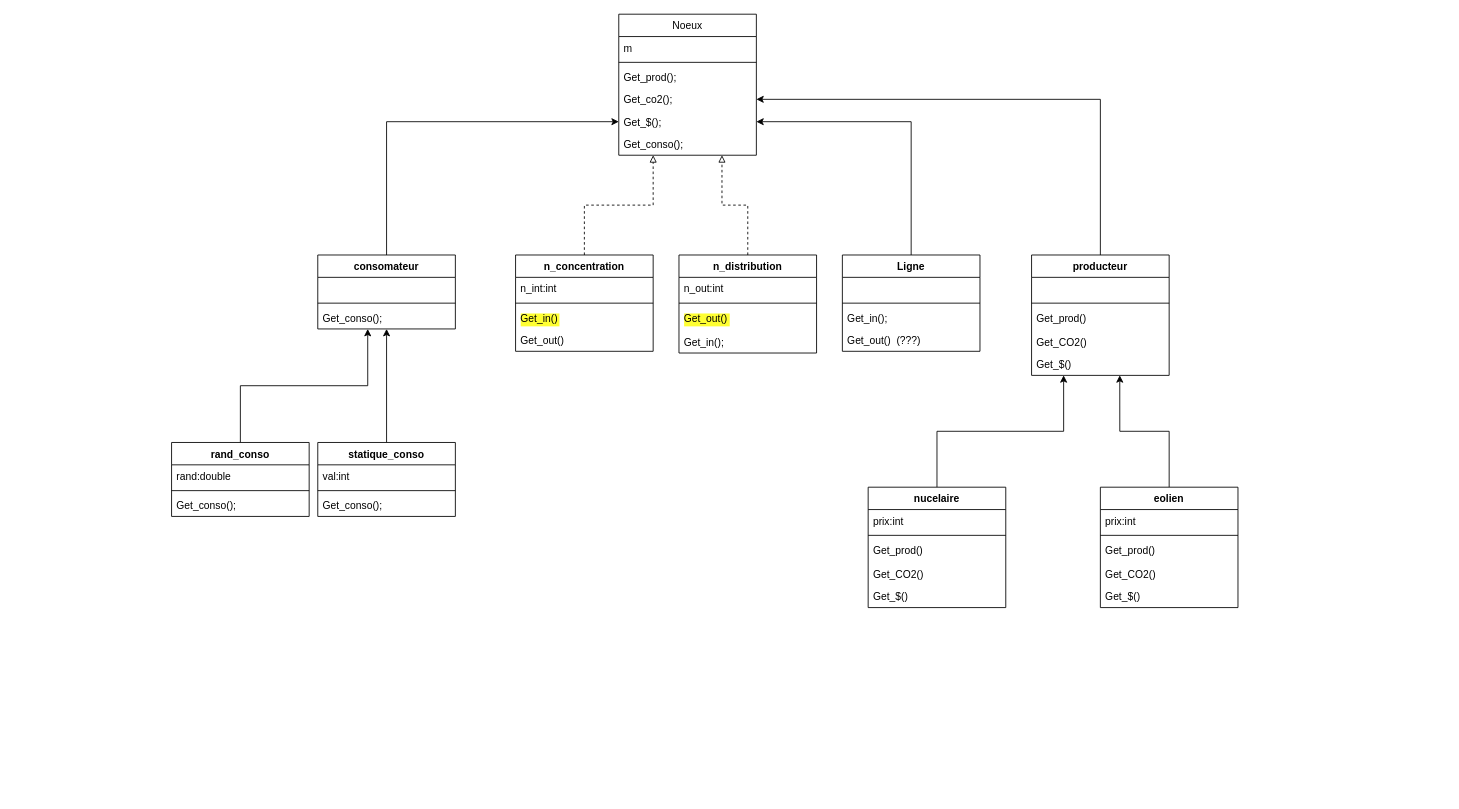
Above: page "seb" (2 of 3) of Rapport/design_paterne_exo.drawio in 20325-ecam/Projet_concept_informatique (draw.io), before the change. Source tidied: cells renumbered, new cells numbered last; positions are measured from the earlier drawing's top-left corner, leaving out a move shared by most shapes. Both pictures are drawn from the tidied source at 86%, with x=0, y=0 at pixel (171, 14).
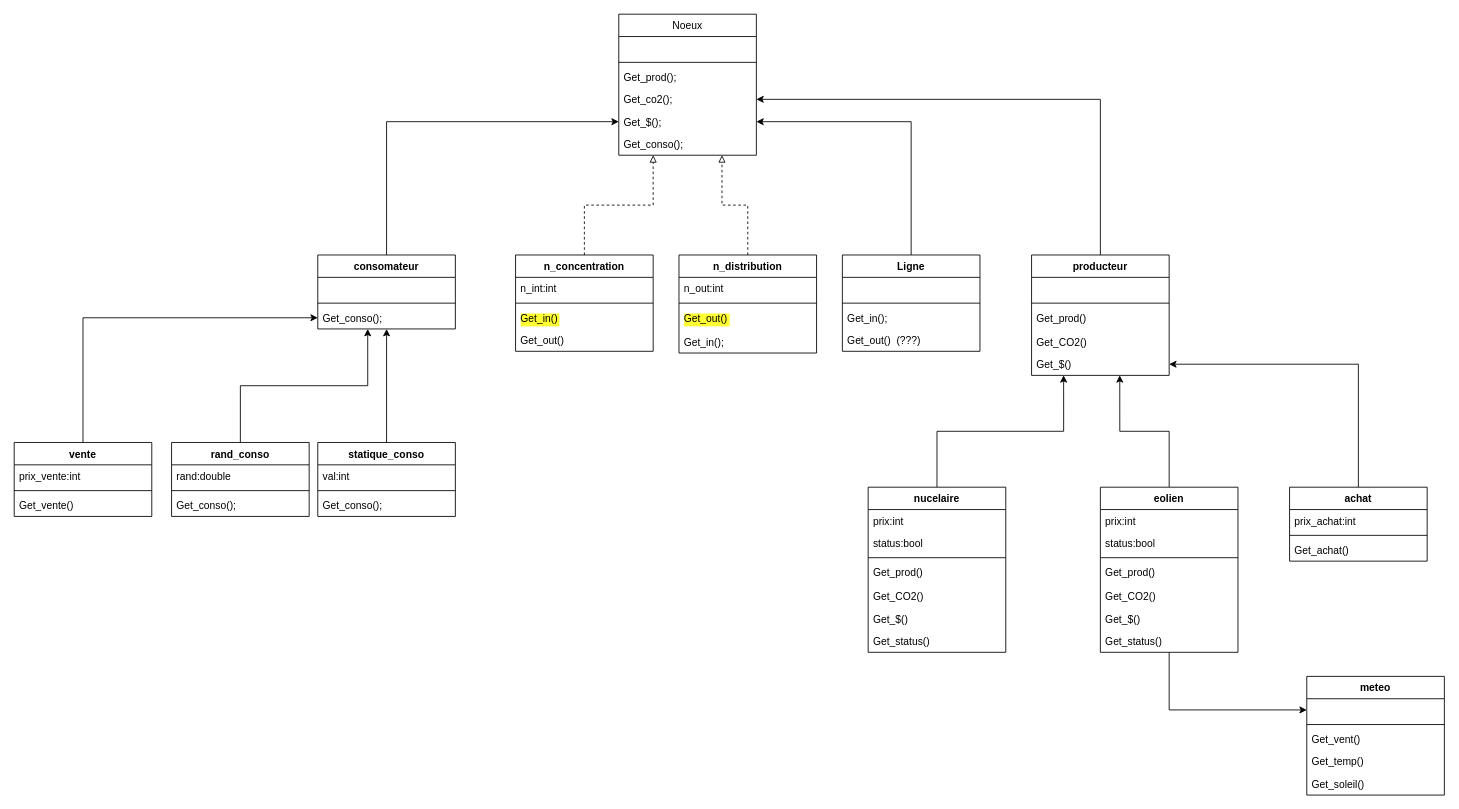
The same page after the edit.

The change refers to these unchanged cells:
```xml
<mxCell id="14" value="Noeux" style="swimlane;fontStyle=0;align=center;verticalAlign=top;horizontal=1;startSize=26;rounded=0;shadow=0;strokeWidth=1;" parent="1" vertex="1">
  <mxGeometry x="520" width="160" height="164" as="geometry" />
</mxCell>
<mxCell id="27" value="Get_$()" style="text;strokeColor=none;fillColor=none;align=left;verticalAlign=top;spacingLeft=4;spacingRight=4;overflow=hidden;points=[[0,0.5],[1,0.5]];portConstraint=eastwest;" parent="22" vertex="1">
  <mxGeometry y="114" width="160" height="26" as="geometry" />
</mxCell>
<mxCell id="39" value="Get_conso();" style="text;strokeColor=none;fillColor=none;align=left;verticalAlign=top;spacingLeft=4;spacingRight=4;overflow=hidden;points=[[0,0.5],[1,0.5]];portConstraint=eastwest;" parent="36" vertex="1">
  <mxGeometry y="60" width="160" height="26" as="geometry" />
</mxCell>
```

Change to the diagram source:
```diff
@@
-    <mxCell id="15" value="m" style="text;align=left;verticalAlign=top;spacingLeft=4;spacingRight=4;overflow=hidden;" parent="14" vertex="1">
+    <mxCell id="15" value=" " style="text;align=left;verticalAlign=top;spacingLeft=4;spacingRight=4;overflow=hidden;" parent="14" vertex="1">
       <mxGeometry y="26" width="160" height="26" as="geometry" />
     </mxCell>
@@
     <mxCell id="50" value="nucelaire&#10;" style="swimlane;fontStyle=1;align=center;verticalAlign=top;horizontal=1;startSize=26;" parent="1" vertex="1">
-      <mxGeometry x="810" y="550" width="160" height="140" as="geometry" />
+      <mxGeometry x="810" y="550" width="160" height="192" as="geometry" />
     </mxCell>
@@
+    <mxCell id="63" value="status:bool" style="text;strokeColor=none;fillColor=none;align=left;verticalAlign=top;spacingLeft=4;spacingRight=4;overflow=hidden;" parent="50" vertex="1">
+      <mxGeometry y="52" width="160" height="26" as="geometry" />
+    </mxCell>
     <mxCell id="52" style="line;strokeWidth=1;fillColor=none;align=left;verticalAlign=middle;spacingTop=-1;spacingLeft=3;spacingRight=3;labelPosition=right;" parent="50" vertex="1">
-      <mxGeometry y="52" width="160" height="8" as="geometry" />
+      <mxGeometry y="78" width="160" height="8" as="geometry" />
     </mxCell>
     <mxCell id="53" value="Get_prod()" style="text;strokeColor=none;fillColor=none;align=left;verticalAlign=top;spacingLeft=4;spacingRight=4;overflow=hidden;" parent="50" vertex="1">
-      <mxGeometry y="60" width="160" height="28" as="geometry" />
+      <mxGeometry y="86" width="160" height="28" as="geometry" />
     </mxCell>
     <mxCell id="54" value="Get_CO2()" style="text;strokeColor=none;fillColor=none;align=left;verticalAlign=top;spacingLeft=4;spacingRight=4;overflow=hidden;" parent="50" vertex="1">
-      <mxGeometry y="88" width="160" height="26" as="geometry" />
+      <mxGeometry y="114" width="160" height="26" as="geometry" />
     </mxCell>
+    <mxCell id="64" value="Get_$()" style="text;strokeColor=none;fillColor=none;align=left;verticalAlign=top;spacingLeft=4;spacingRight=4;overflow=hidden;" parent="50" vertex="1">
+      <mxGeometry y="140" width="160" height="26" as="geometry" />
+    </mxCell>
-    <mxCell id="55" value="Get_$()" style="text;strokeColor=none;fillColor=none;align=left;verticalAlign=top;spacingLeft=4;spacingRight=4;overflow=hidden;" parent="50" vertex="1">
-      <mxGeometry y="114" width="160" height="26" as="geometry" />
+    <mxCell id="55" value="Get_status()" style="text;strokeColor=none;fillColor=none;align=left;verticalAlign=top;spacingLeft=4;spacingRight=4;overflow=hidden;" parent="50" vertex="1">
+      <mxGeometry y="166" width="160" height="26" as="geometry" />
     </mxCell>
@@
+    <mxCell id="65" style="edgeStyle=orthogonalEdgeStyle;rounded=0;jettySize=auto;html=1;startArrow=none;startFill=0;endArrow=classic;endFill=1;" parent="1" edge="1" source="57" target="69">
+      <mxGeometry relative="1" as="geometry" />
+    </mxCell>
     <mxCell id="57" value="eolien" style="swimlane;fontStyle=1;align=center;verticalAlign=top;horizontal=1;startSize=26;" parent="1" vertex="1">
-      <mxGeometry x="1080" y="550" width="160" height="140" as="geometry" />
+      <mxGeometry x="1080" y="550" width="160" height="192" as="geometry" />
     </mxCell>
@@
+    <mxCell id="66" value="status:bool" style="text;strokeColor=none;fillColor=none;align=left;verticalAlign=top;spacingLeft=4;spacingRight=4;overflow=hidden;" parent="57" vertex="1">
+      <mxGeometry y="52" width="160" height="26" as="geometry" />
+    </mxCell>
     <mxCell id="59" style="line;strokeWidth=1;fillColor=none;align=left;verticalAlign=middle;spacingTop=-1;spacingLeft=3;spacingRight=3;labelPosition=right;" parent="57" vertex="1">
-      <mxGeometry y="52" width="160" height="8" as="geometry" />
+      <mxGeometry y="78" width="160" height="8" as="geometry" />
     </mxCell>
     <mxCell id="60" value="Get_prod()" style="text;strokeColor=none;fillColor=none;align=left;verticalAlign=top;spacingLeft=4;spacingRight=4;overflow=hidden;" parent="57" vertex="1">
-      <mxGeometry y="60" width="160" height="28" as="geometry" />
+      <mxGeometry y="86" width="160" height="28" as="geometry" />
     </mxCell>
     <mxCell id="61" value="Get_CO2()" style="text;strokeColor=none;fillColor=none;align=left;verticalAlign=top;spacingLeft=4;spacingRight=4;overflow=hidden;" parent="57" vertex="1">
-      <mxGeometry y="88" width="160" height="26" as="geometry" />
+      <mxGeometry y="114" width="160" height="26" as="geometry" />
     </mxCell>
     <mxCell id="62" value="Get_$()" style="text;strokeColor=none;fillColor=none;align=left;verticalAlign=top;spacingLeft=4;spacingRight=4;overflow=hidden;" parent="57" vertex="1">
-      <mxGeometry y="114" width="160" height="26" as="geometry" />
+      <mxGeometry y="140" width="160" height="26" as="geometry" />
     </mxCell>
+    <mxCell id="67" value="Get_status()" style="text;strokeColor=none;fillColor=none;align=left;verticalAlign=top;spacingLeft=4;spacingRight=4;overflow=hidden;" parent="57" vertex="1">
+      <mxGeometry y="166" width="160" height="26" as="geometry" />
+    </mxCell>
+    <mxCell id="68" value="meteo" style="swimlane;fontStyle=1;align=center;verticalAlign=top;horizontal=1;startSize=26;" parent="1" vertex="1">
+      <mxGeometry x="1320" y="770" width="160" height="138" as="geometry" />
+    </mxCell>
+    <mxCell id="69" value=" " style="text;strokeColor=none;fillColor=none;align=left;verticalAlign=top;spacingLeft=4;spacingRight=4;overflow=hidden;points=[[0,0.5],[1,0.5]];portConstraint=eastwest;" parent="68" vertex="1">
+      <mxGeometry y="26" width="160" height="26" as="geometry" />
+    </mxCell>
+    <mxCell id="70" style="line;strokeWidth=1;fillColor=none;align=left;verticalAlign=middle;spacingTop=-1;spacingLeft=3;spacingRight=3;labelPosition=right;" parent="68" vertex="1">
+      <mxGeometry y="52" width="160" height="8" as="geometry" />
+    </mxCell>
+    <mxCell id="71" value="Get_vent()" style="text;strokeColor=none;fillColor=none;align=left;verticalAlign=top;spacingLeft=4;spacingRight=4;overflow=hidden;labelBackgroundColor=none;" parent="68" vertex="1">
+      <mxGeometry y="60" width="160" height="26" as="geometry" />
+    </mxCell>
+    <mxCell id="72" value="Get_temp()" style="text;strokeColor=none;fillColor=none;align=left;verticalAlign=top;spacingLeft=4;spacingRight=4;overflow=hidden;" parent="68" vertex="1">
+      <mxGeometry y="86" width="160" height="26" as="geometry" />
+    </mxCell>
+    <mxCell id="73" value="Get_soleil()" style="text;strokeColor=none;fillColor=none;align=left;verticalAlign=top;spacingLeft=4;spacingRight=4;overflow=hidden;" parent="68" vertex="1">
+      <mxGeometry y="112" width="160" height="26" as="geometry" />
+    </mxCell>
+    <mxCell id="74" style="edgeStyle=orthogonalEdgeStyle;rounded=0;jettySize=auto;html=1;entryX=1;entryY=0.5;entryDx=0;entryDy=0;startArrow=none;startFill=0;endArrow=classic;endFill=1;" parent="1" edge="1" source="75" target="27">
+      <mxGeometry relative="1" as="geometry" />
+    </mxCell>
+    <mxCell id="75" value="achat" style="swimlane;fontStyle=1;align=center;verticalAlign=top;horizontal=1;startSize=26;" parent="1" vertex="1">
+      <mxGeometry x="1300" y="550" width="160" height="86" as="geometry" />
+    </mxCell>
+    <mxCell id="76" value="prix_achat:int" style="text;strokeColor=none;fillColor=none;align=left;verticalAlign=top;spacingLeft=4;spacingRight=4;overflow=hidden;" parent="75" vertex="1">
+      <mxGeometry y="26" width="160" height="26" as="geometry" />
+    </mxCell>
+    <mxCell id="77" style="line;strokeWidth=1;fillColor=none;align=left;verticalAlign=middle;spacingTop=-1;spacingLeft=3;spacingRight=3;labelPosition=right;" parent="75" vertex="1">
+      <mxGeometry y="52" width="160" height="8" as="geometry" />
+    </mxCell>
+    <mxCell id="78" value="Get_achat()" style="text;strokeColor=none;fillColor=none;align=left;verticalAlign=top;spacingLeft=4;spacingRight=4;overflow=hidden;" parent="75" vertex="1">
+      <mxGeometry y="60" width="160" height="26" as="geometry" />
+    </mxCell>
+    <mxCell id="79" style="edgeStyle=orthogonalEdgeStyle;rounded=0;jettySize=auto;html=1;entryX=0;entryY=0.5;entryDx=0;entryDy=0;startArrow=none;startFill=0;endArrow=classic;endFill=1;" parent="1" edge="1" source="80" target="39">
+      <mxGeometry relative="1" as="geometry" />
+    </mxCell>
+    <mxCell id="80" value="vente" style="swimlane;fontStyle=1;align=center;verticalAlign=top;horizontal=1;startSize=26;" parent="1" vertex="1">
+      <mxGeometry x="-183" y="498" width="160" height="86" as="geometry" />
+    </mxCell>
+    <mxCell id="81" value="prix_vente:int" style="text;strokeColor=none;fillColor=none;align=left;verticalAlign=top;spacingLeft=4;spacingRight=4;overflow=hidden;" parent="80" vertex="1">
+      <mxGeometry y="26" width="160" height="26" as="geometry" />
+    </mxCell>
+    <mxCell id="82" style="line;strokeWidth=1;fillColor=none;align=left;verticalAlign=middle;spacingTop=-1;spacingLeft=3;spacingRight=3;labelPosition=right;" parent="80" vertex="1">
+      <mxGeometry y="52" width="160" height="8" as="geometry" />
+    </mxCell>
+    <mxCell id="83" value="Get_vente()" style="text;strokeColor=none;fillColor=none;align=left;verticalAlign=top;spacingLeft=4;spacingRight=4;overflow=hidden;" parent="80" vertex="1">
+      <mxGeometry y="60" width="160" height="26" as="geometry" />
+    </mxCell>
```
